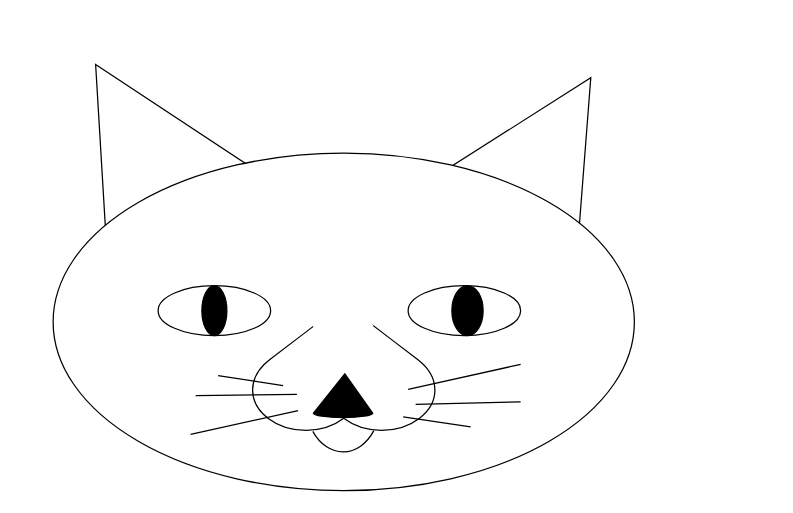
cherju/diagrams keeps this draw.io diagram as cat.drawio. Above is the earlier version. Source tidied: cells renumbered, new cells numbered last; positions are measured from the earlier drawing's top-left corner, leaving out a move shared by most shapes. Both pictures are drawn from the tidied source at 125%, with x=0, y=0 at pixel (52, 51).
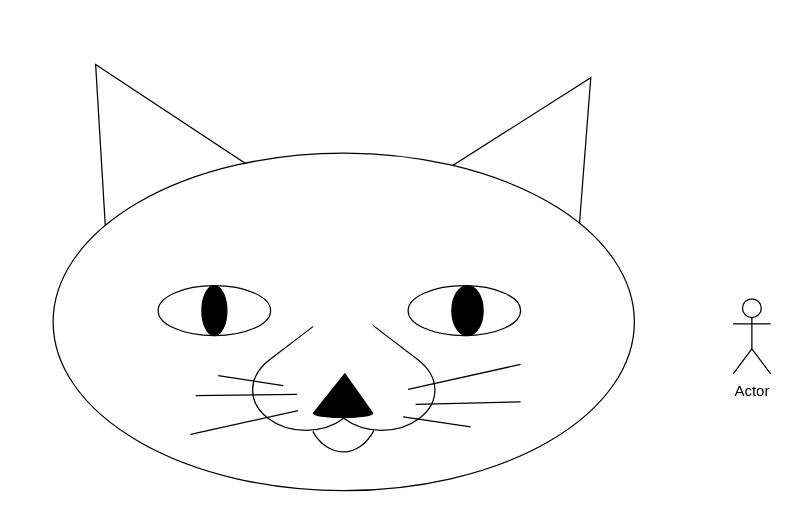
Above is the later version.

The edit, as a diff of the source:
```diff
@@
+    <mxCell id="20" value="Actor" style="shape=umlActor;verticalLabelPosition=bottom;verticalAlign=top;html=1;direction=east;" parent="1" vertex="1">
+      <mxGeometry x="544" y="197.5" width="30" height="60" as="geometry" />
+    </mxCell>
```
